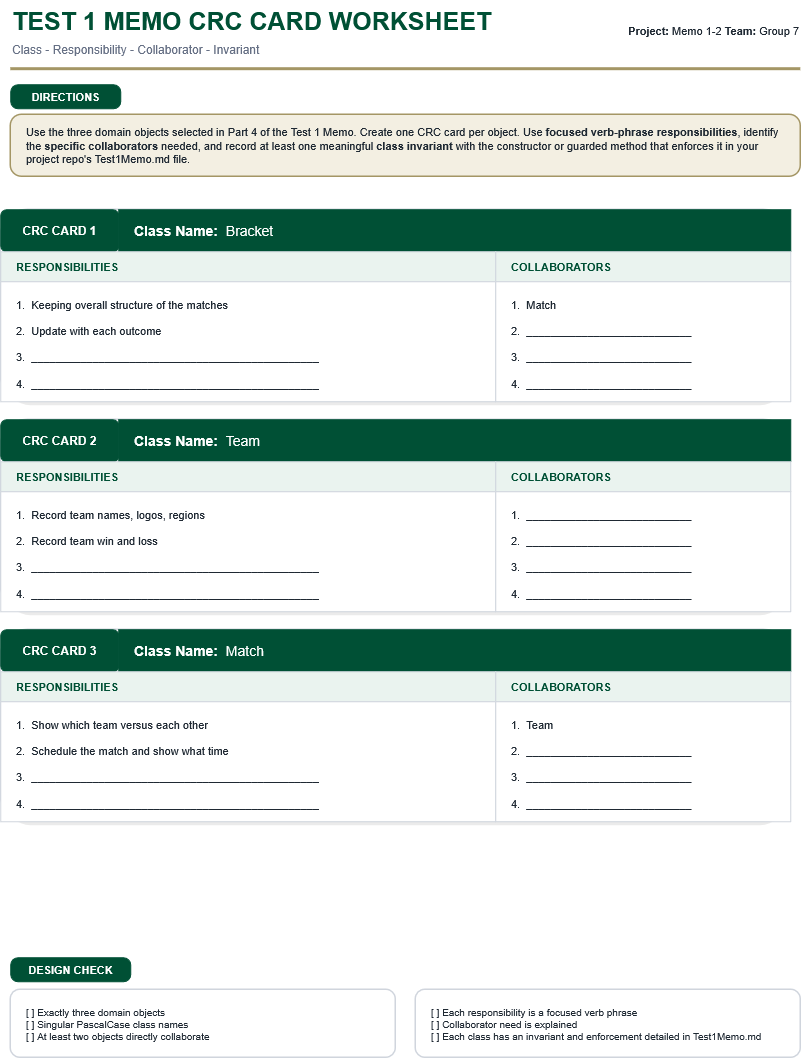
The draw.io diagram Test1Memo_CRC_Card_Handout.drawio.png in linkevin03/Group-7-ITCS-3112, before a commit. Source tidied: cells renumbered, new cells last; positions are measured from the earlier drawing's top-left corner, leaving out a move shared by most shapes.
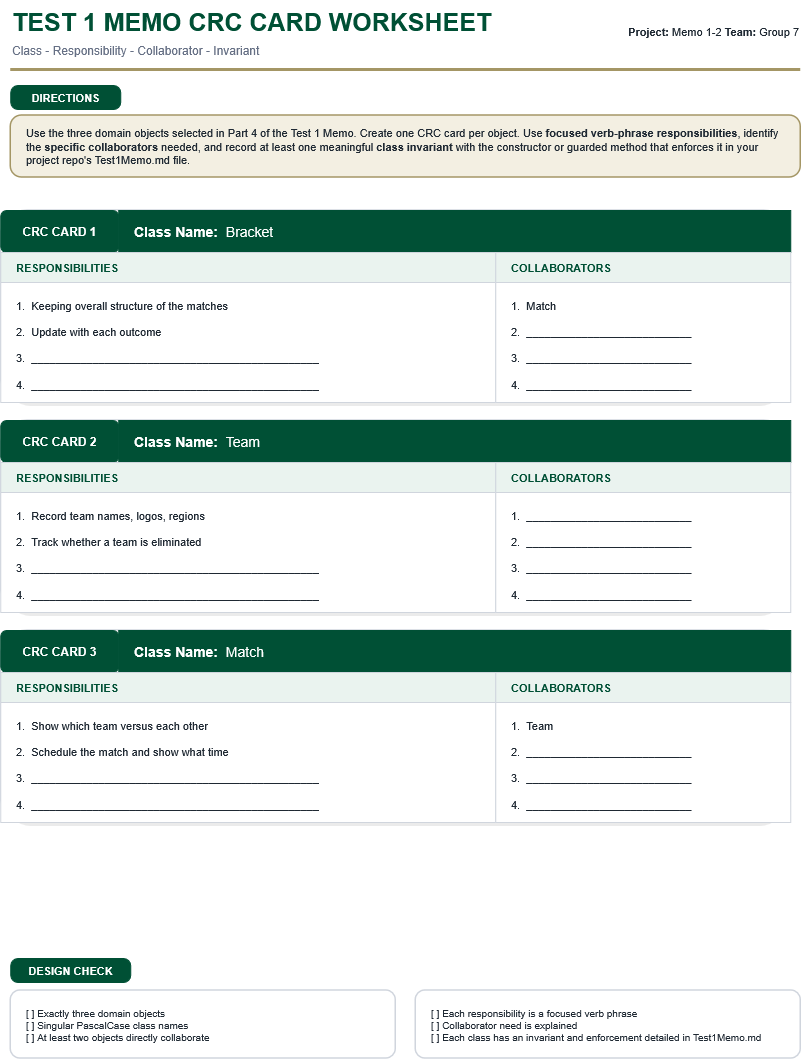
After the change.

Commit message:
Update CRC to match with UML

Diff of the diagram source:
```diff
@@ -71,7 +71,7 @@
     <mxCell id="24" value="COLLABORATORS" style="whiteSpace=wrap;html=1;fillColor=#EAF3EF;strokeColor=#D0D5DD;fontColor=#005035;fontSize=11;fontStyle=1;align=left;verticalAlign=middle;spacingLeft=14;" parent="1" vertex="1">
       <mxGeometry x="495" y="462" width="295" height="30" as="geometry" />
     </mxCell>
-    <mxCell id="25" value="1.&amp;nbsp; Record team names, logos, regions&lt;br&gt;&lt;br&gt;2.&amp;nbsp; Record team win and loss&lt;br&gt;&lt;br&gt;3.&amp;nbsp; _______________________________________________&lt;br&gt;&lt;br&gt;4.&amp;nbsp; _______________________________________________" style="whiteSpace=wrap;html=1;fillColor=#FFFFFF;strokeColor=#D0D5DD;fontColor=#1F2933;fontSize=11;align=left;verticalAlign=top;spacingTop=10;spacingLeft=14;" parent="1" vertex="1">
+    <mxCell id="25" value="1.&amp;nbsp; Record team names, logos, regions&lt;br&gt;&lt;br&gt;2.&amp;nbsp; Track whether a team is eliminated&lt;br&gt;&lt;br&gt;3.&amp;nbsp; _______________________________________________&lt;br&gt;&lt;br&gt;4.&amp;nbsp; _______________________________________________" style="whiteSpace=wrap;html=1;fillColor=#FFFFFF;strokeColor=#D0D5DD;fontColor=#1F2933;fontSize=11;align=left;verticalAlign=top;spacingTop=10;spacingLeft=14;" parent="1" vertex="1">
       <mxGeometry y="492" width="495" height="120" as="geometry" />
     </mxCell>
     <mxCell id="26" value="1.&amp;nbsp; ___________________________&lt;br&gt;&lt;br&gt;2.&amp;nbsp; ___________________________&lt;br&gt;&lt;br&gt;3.&amp;nbsp; ___________________________&lt;br&gt;&lt;br&gt;4.&amp;nbsp; ___________________________" style="whiteSpace=wrap;html=1;fillColor=#FFFFFF;strokeColor=#D0D5DD;fontColor=#1F2933;fontSize=11;align=left;verticalAlign=top;spacingTop=10;spacingLeft=14;" parent="1" vertex="1">
```
